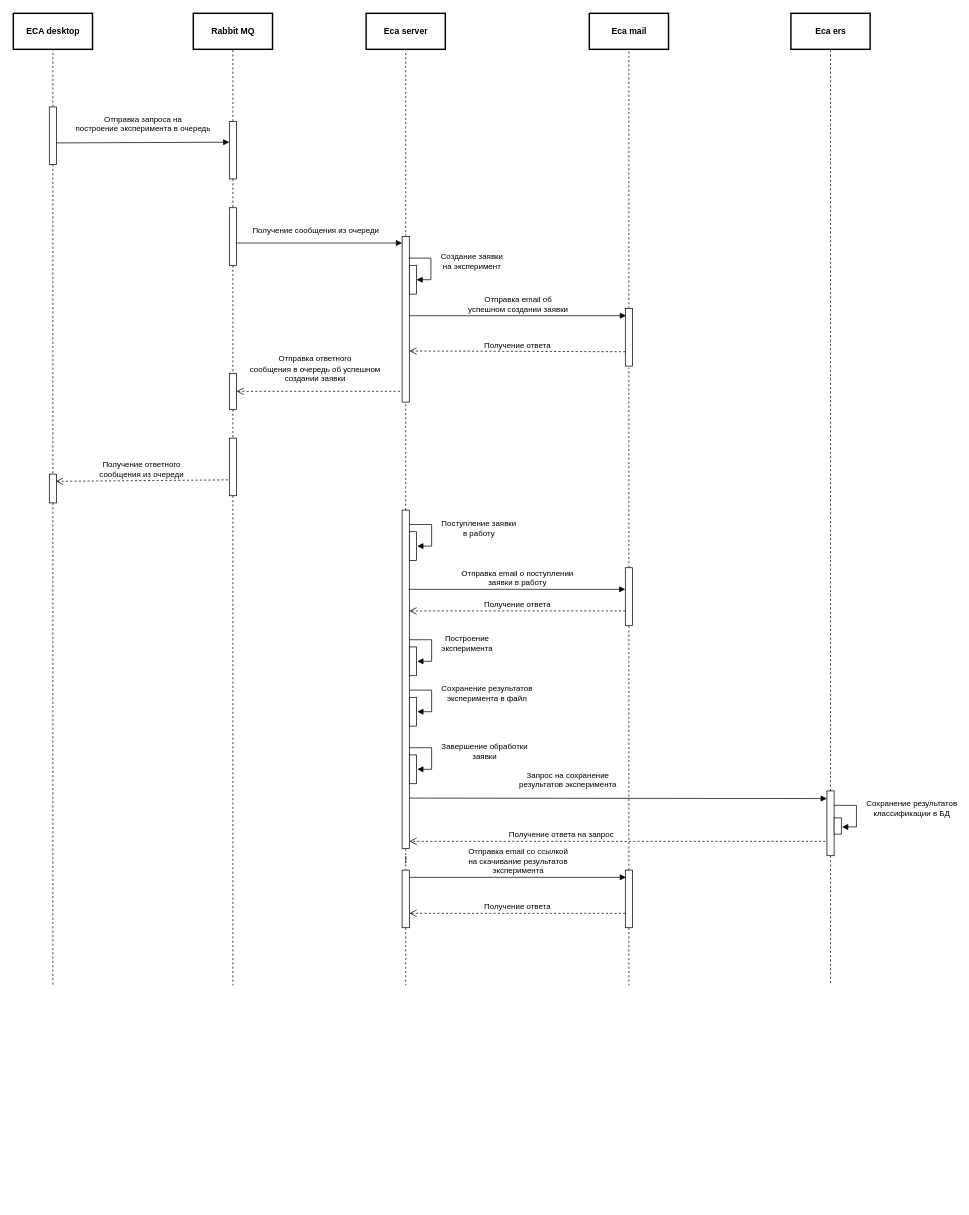
Stonnos/eca-service keeps this draw.io diagram as doc/schemas/Experiment request sequence.drawio. Above is the earlier version. Source tidied: cells renumbered, new cells numbered last; positions are measured from the earlier drawing's top-left corner, leaving out a move shared by most shapes. Both pictures are drawn from the tidied source at 72%, with x=0, y=0 at pixel (13, 13).
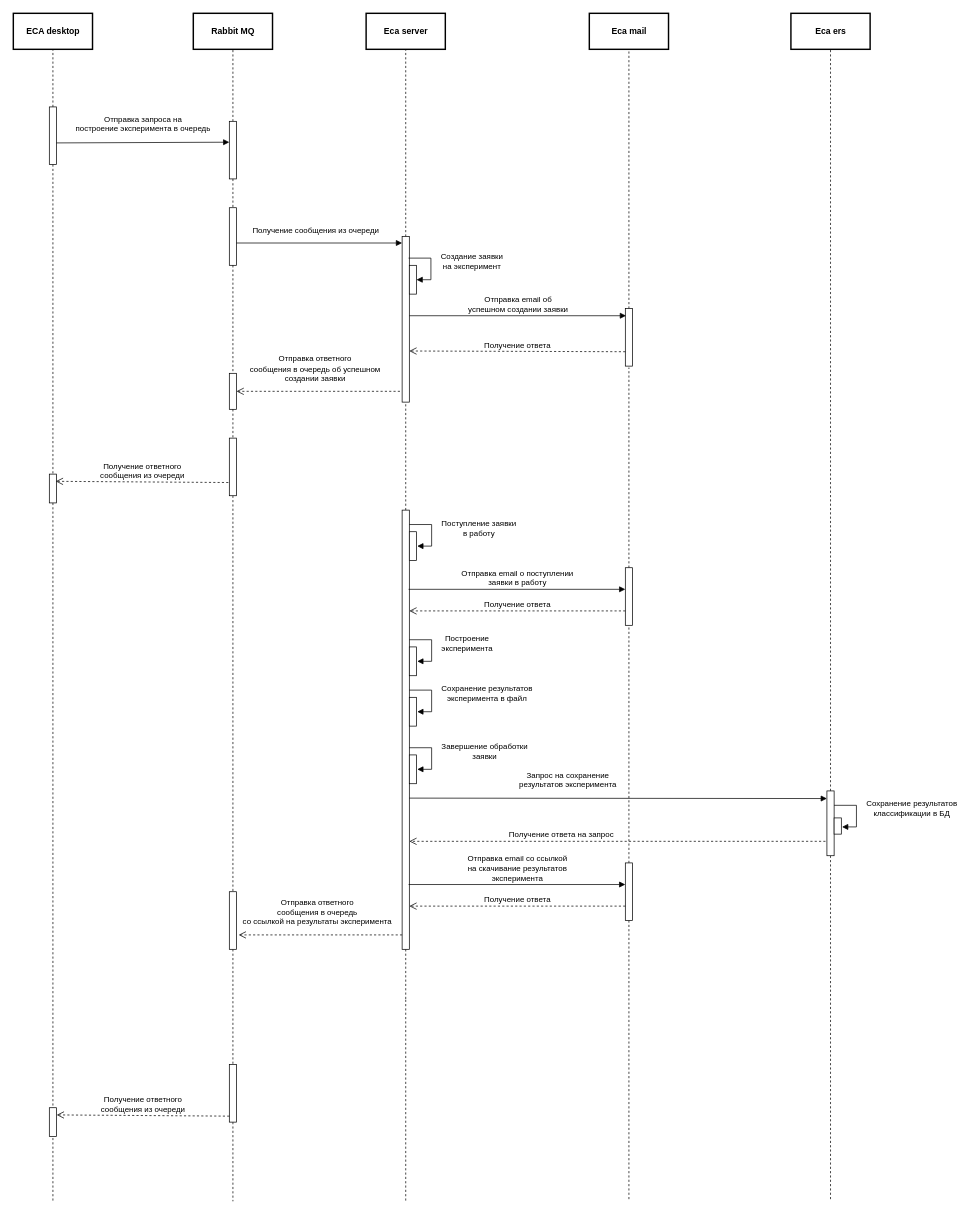
The same diagram, later.

Unchanged cells that the change refers to:
```xml
<mxCell id="25" style="html=1;points=[];perimeter=orthogonalPerimeter;" parent="1" vertex="1">
  <mxGeometry x="50" y="640" width="10" height="40" as="geometry" />
</mxCell>
<mxCell id="26" style="html=1;points=[];perimeter=orthogonalPerimeter;" parent="1" vertex="1">
  <mxGeometry x="300" y="590" width="10" height="80" as="geometry" />
</mxCell>
<mxCell id="49" style="html=1;points=[];perimeter=orthogonalPerimeter;" parent="1" vertex="1">
  <mxGeometry x="1130" y="1080" width="10" height="90" as="geometry" />
</mxCell>
```

Diff of the diagram source:
```diff
@@
     <mxCell id="20" style="edgeStyle=orthogonalEdgeStyle;rounded=0;jettySize=auto;html=1;dashed=1;endArrow=none;endFill=0;strokeColor=#000000;" parent="1" edge="1" source="26">
       <mxGeometry relative="1" as="geometry">
-        <mxPoint x="305" y="1350" as="targetPoint" />
+        <mxPoint x="305" y="1650" as="targetPoint" />
       </mxGeometry>
     </mxCell>
@@
     <mxCell id="24" style="edgeStyle=orthogonalEdgeStyle;rounded=0;jettySize=auto;html=1;endArrow=none;endFill=0;strokeColor=#000000;dashed=1;" parent="1" edge="1" source="25">
       <mxGeometry relative="1" as="geometry">
-        <mxPoint x="55" y="1350" as="targetPoint" />
+        <mxPoint x="55" y="1650" as="targetPoint" />
       </mxGeometry>
     </mxCell>
@@
-    <mxCell id="28" value="&lt;font style=&quot;font-size: 11px&quot;&gt;Получение ответного&lt;br&gt;сообщения из очереди&lt;/font&gt;" style="html=1;verticalAlign=bottom;endArrow=open;dashed=1;endSize=8;strokeColor=#000000;entryX=0.9;entryY=0.25;entryDx=0;entryDy=0;entryPerimeter=0;exitX=-0.2;exitY=0.725;exitDx=0;exitDy=0;exitPerimeter=0;" parent="1" edge="1" source="26" target="25">
+    <mxCell id="28" value="&lt;font style=&quot;font-size: 11px&quot;&gt;Получение ответного&lt;br&gt;сообщения из очереди&lt;/font&gt;" style="html=1;verticalAlign=bottom;endArrow=open;dashed=1;endSize=8;strokeColor=#000000;entryX=0.9;entryY=0.25;entryDx=0;entryDy=0;entryPerimeter=0;exitX=-0.133;exitY=0.771;exitDx=0;exitDy=0;exitPerimeter=0;" parent="1" edge="1" source="26" target="25">
       <mxGeometry relative="1" as="geometry" />
     </mxCell>
@@
-    <mxCell id="35" style="edgeStyle=orthogonalEdgeStyle;rounded=0;jettySize=auto;html=1;dashed=1;endArrow=none;endFill=0;" parent="1" edge="1" source="36" target="60">
-      <mxGeometry relative="1" as="geometry" />
+    <mxCell id="35" style="edgeStyle=orthogonalEdgeStyle;rounded=0;jettySize=auto;html=1;dashed=1;endArrow=none;endFill=0;" parent="1" edge="1" source="36">
+      <mxGeometry relative="1" as="geometry">
+        <mxPoint x="545" y="1370" as="targetPoint" />
+      </mxGeometry>
     </mxCell>
     <mxCell id="36" style="html=1;points=[];perimeter=orthogonalPerimeter;" parent="1" vertex="1">
-      <mxGeometry x="540" y="690" width="10" height="470" as="geometry" />
+      <mxGeometry x="540" y="690" width="10" height="610" as="geometry" />
     </mxCell>
@@
     <mxCell id="48" style="edgeStyle=orthogonalEdgeStyle;rounded=0;jettySize=auto;html=1;dashed=1;endArrow=none;endFill=0;" parent="1" edge="1" source="49">
       <mxGeometry relative="1" as="geometry">
-        <mxPoint x="1135" y="1350" as="targetPoint" />
+        <mxPoint x="1135" y="1650" as="targetPoint" />
       </mxGeometry>
     </mxCell>
@@
     <mxCell id="55" style="edgeStyle=orthogonalEdgeStyle;rounded=0;jettySize=auto;html=1;dashed=1;endArrow=none;endFill=0;" parent="1" edge="1" source="56">
       <mxGeometry relative="1" as="geometry">
-        <mxPoint x="855" y="1350" as="targetPoint" />
+        <mxPoint x="855" y="1650" as="targetPoint" />
       </mxGeometry>
     </mxCell>
     <mxCell id="56" style="html=1;points=[];perimeter=orthogonalPerimeter;" parent="1" vertex="1">
-      <mxGeometry x="850" y="1190" width="10" height="80" as="geometry" />
+      <mxGeometry x="850" y="1180" width="10" height="80" as="geometry" />
     </mxCell>
     <mxCell id="57" value="Отправка email со ссылкой&lt;br&gt;на скачивание результатов&lt;br&gt;эксперимента" style="html=1;verticalAlign=bottom;endArrow=block;entryX=0.1;entryY=0.125;entryDx=0;entryDy=0;entryPerimeter=0;" parent="1" edge="1">
       <mxGeometry relative="1" as="geometry">
-        <mxPoint x="550" y="1200" as="sourcePoint" />
-        <mxPoint x="851" y="1200" as="targetPoint" />
+        <mxPoint x="549" y="1210" as="sourcePoint" />
+        <mxPoint x="850" y="1210" as="targetPoint" />
       </mxGeometry>
     </mxCell>
     <mxCell id="58" value="Получение ответа" style="html=1;verticalAlign=bottom;endArrow=open;dashed=1;endSize=8;" parent="1" edge="1">
       <mxGeometry relative="1" as="geometry">
-        <mxPoint x="850" y="1250" as="sourcePoint" />
-        <mxPoint x="550" y="1250" as="targetPoint" />
+        <mxPoint x="850" y="1240" as="sourcePoint" />
+        <mxPoint x="550" y="1240" as="targetPoint" />
       </mxGeometry>
     </mxCell>
-    <mxCell id="59" style="edgeStyle=orthogonalEdgeStyle;rounded=0;jettySize=auto;html=1;dashed=1;endArrow=none;endFill=0;" parent="1" edge="1" source="60">
+    <mxCell id="59" style="edgeStyle=orthogonalEdgeStyle;rounded=0;orthogonalLoop=1;jettySize=auto;html=1;dashed=1;endArrow=none;endFill=0;" parent="1" edge="1">
       <mxGeometry relative="1" as="geometry">
-        <mxPoint x="545" y="1350" as="targetPoint" />
+        <mxPoint x="545" y="1370" as="sourcePoint" />
+        <mxPoint x="545" y="1650" as="targetPoint" />
       </mxGeometry>
     </mxCell>
-    <mxCell id="60" style="html=1;points=[];perimeter=orthogonalPerimeter;" parent="1" vertex="1">
-      <mxGeometry x="540" y="1190" width="10" height="80" as="geometry" />
-    </mxCell>
@@
+    <mxCell id="63" style="html=1;perimeter=orthogonalPerimeter;" parent="1" vertex="1">
+      <mxGeometry x="300" y="1220" width="10" height="80" as="geometry" />
+    </mxCell>
+    <mxCell id="64" value="&lt;font style=&quot;font-size: 11px&quot;&gt;Отправка ответного&lt;br&gt;сообщения в очередь&lt;br&gt;со ссылкой на результаты эксперимента&lt;br&gt;&lt;/font&gt;" style="html=1;verticalAlign=bottom;endArrow=open;dashed=1;endSize=8;strokeColor=#000000;" parent="1" edge="1">
+      <mxGeometry x="0.04" y="-9" relative="1" as="geometry">
+        <mxPoint x="540" y="1280" as="sourcePoint" />
+        <mxPoint x="313" y="1280" as="targetPoint" />
+      </mxGeometry>
+    </mxCell>
+    <mxCell id="65" style="html=1;perimeter=orthogonalPerimeter;" parent="1" vertex="1">
+      <mxGeometry x="300" y="1460" width="10" height="80" as="geometry" />
+    </mxCell>
+    <mxCell id="66" style="html=1;perimeter=orthogonalPerimeter;" parent="1" vertex="1">
+      <mxGeometry x="50" y="1520" width="10" height="40" as="geometry" />
+    </mxCell>
+    <mxCell id="67" value="&lt;font style=&quot;font-size: 11px&quot;&gt;Получение ответного&lt;br&gt;сообщения из очереди&lt;/font&gt;" style="html=1;verticalAlign=bottom;endArrow=open;dashed=1;endSize=8;strokeColor=#000000;entryX=0.9;entryY=0.25;entryDx=0;entryDy=0;entryPerimeter=0;exitX=-0.133;exitY=0.771;exitDx=0;exitDy=0;exitPerimeter=0;" parent="1" edge="1">
+      <mxGeometry relative="1" as="geometry">
+        <mxPoint x="300" y="1531.7" as="sourcePoint" />
+        <mxPoint x="60.3" y="1530" as="targetPoint" />
+      </mxGeometry>
+    </mxCell>
```
